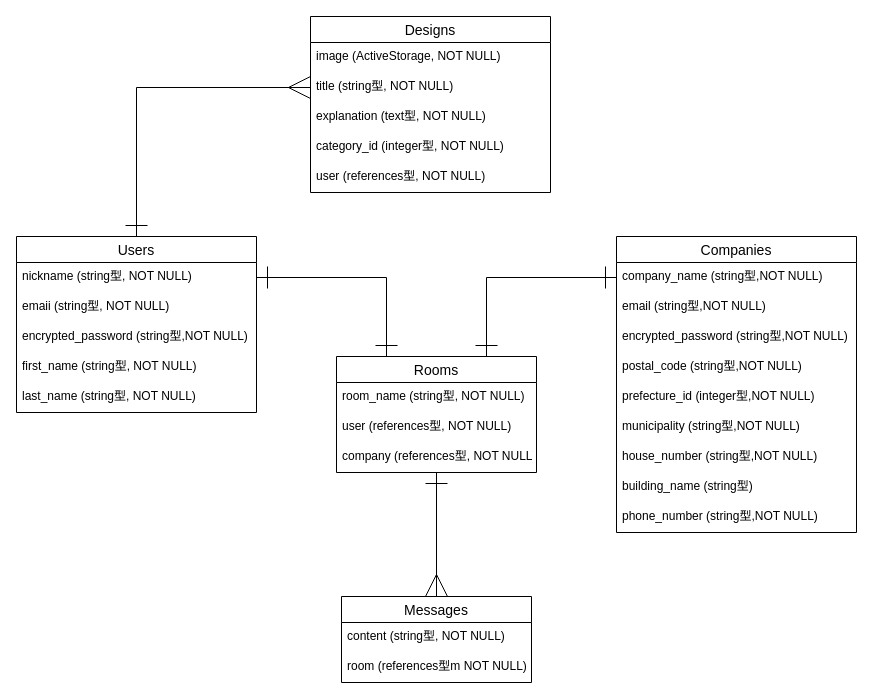
Earlier version of the draw.io diagram ER.dio (MN0607/design-35359). Source tidied: cells renumbered, new cells numbered last; positions are measured from the earlier drawing's top-left corner, leaving out a move shared by most shapes. Both pictures are drawn from the tidied source at 100%, with x=0, y=0 at pixel (16, 16).
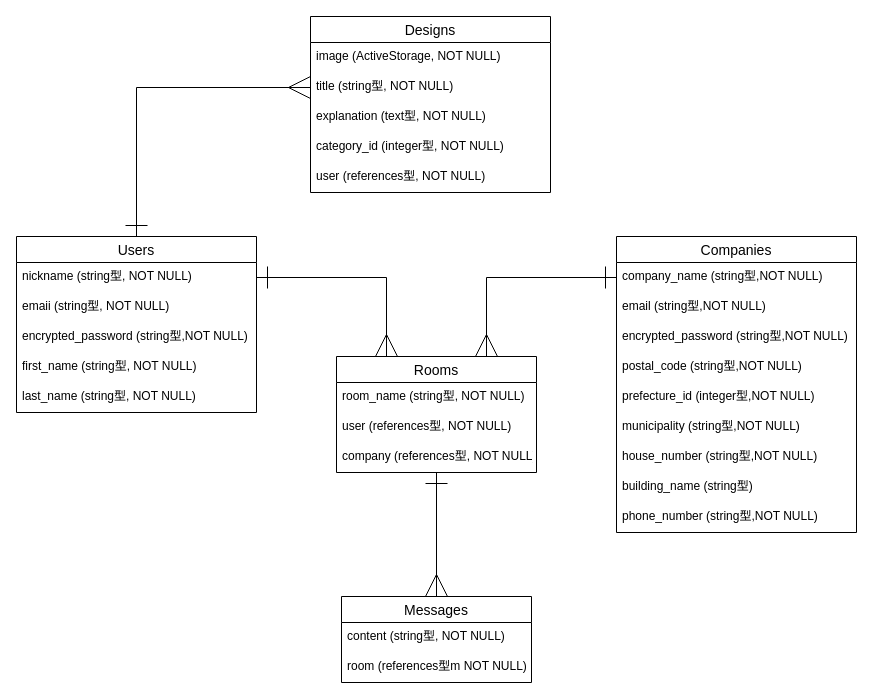
Above is the later version.

Unchanged cells that the change refers to:
```xml
<mxCell id="3" value="nickname (string型, NOT NULL)" style="text;strokeColor=none;fillColor=none;spacingLeft=4;spacingRight=4;overflow=hidden;points=[[0,0.5],[1,0.5]];portConstraint=eastwest;fontSize=12;" parent="2" vertex="1">
  <mxGeometry y="26" width="240" height="30" as="geometry" />
</mxCell>
<mxCell id="14" value="Rooms" style="swimlane;fontStyle=0;horizontal=1;startSize=26;align=center;fontSize=14;" parent="1" vertex="1">
  <mxGeometry x="320" y="340" width="200" height="116" as="geometry" />
</mxCell>
<mxCell id="23" value="company_name (string型,NOT NULL)" style="text;strokeColor=none;fillColor=none;spacingLeft=4;spacingRight=4;overflow=hidden;points=[[0,0.5],[1,0.5]];portConstraint=eastwest;fontSize=12;" parent="22" vertex="1">
  <mxGeometry y="26" width="240" height="30" as="geometry" />
</mxCell>
```

Change to the diagram source:
```diff
@@
-    <mxCell id="32" style="edgeStyle=orthogonalEdgeStyle;rounded=0;jettySize=auto;html=1;exitX=1;exitY=0.5;exitDx=0;exitDy=0;entryX=0.25;entryY=0;entryDx=0;entryDy=0;startArrow=ERone;startFill=0;endArrow=ERone;endFill=0;endSize=20;startSize=20;" parent="1" edge="1" source="3" target="14">
+    <mxCell id="32" style="edgeStyle=orthogonalEdgeStyle;rounded=0;jettySize=auto;html=1;exitX=1;exitY=0.5;exitDx=0;exitDy=0;entryX=0.25;entryY=0;entryDx=0;entryDy=0;startArrow=ERone;startFill=0;endArrow=ERmany;endFill=0;endSize=20;startSize=20;" parent="1" edge="1" source="3" target="14">
       <mxGeometry relative="1" as="geometry" />
     </mxCell>
-    <mxCell id="33" style="edgeStyle=orthogonalEdgeStyle;rounded=0;jettySize=auto;html=1;exitX=0;exitY=0.5;exitDx=0;exitDy=0;entryX=0.75;entryY=0;entryDx=0;entryDy=0;startArrow=ERone;startFill=0;endArrow=ERone;endFill=0;endSize=20;startSize=20;" parent="1" edge="1" source="23" target="14">
+    <mxCell id="33" style="edgeStyle=orthogonalEdgeStyle;rounded=0;jettySize=auto;html=1;exitX=0;exitY=0.5;exitDx=0;exitDy=0;entryX=0.75;entryY=0;entryDx=0;entryDy=0;startArrow=ERone;startFill=0;endArrow=ERmany;endFill=0;endSize=20;startSize=20;" parent="1" edge="1" source="23" target="14">
       <mxGeometry relative="1" as="geometry" />
     </mxCell>
```
